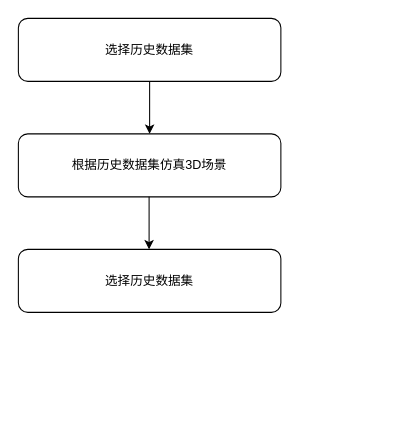
Before: 毕设实现流程图.drawio in Kakoyi945/cloud, a draw.io diagram. Source tidied: cells renumbered, new cells numbered last; positions are measured from the earlier drawing's top-left corner, leaving out a move shared by most shapes. Both pictures are drawn from the tidied source at 105%, with x=0, y=0 at pixel (18, 18).
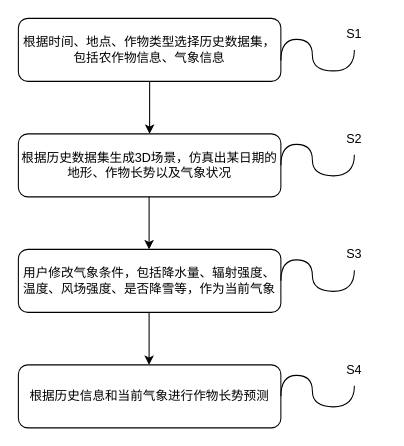
The same diagram, later.

Commit message:
更新毕设实现流程图.drawio

Change to the diagram source:
```diff
@@
-    <mxCell id="3" value="选择历史数据集" style="rounded=1;whiteSpace=wrap;html=1;" parent="1" vertex="1">
+    <mxCell id="3" value="根据时间、地点、作物类型选择历史数据集，包括农作物信息、气象信息" style="rounded=1;whiteSpace=wrap;html=1;" parent="1" vertex="1">
       <mxGeometry width="250" height="60" as="geometry" />
     </mxCell>
-    <mxCell id="4" value="根据历史数据集仿真3D场景" style="rounded=1;whiteSpace=wrap;html=1;" parent="1" vertex="1">
+    <mxCell id="4" value="根据历史数据集生成3D场景，仿真出某日期的地形、作物长势以及气象状况" style="rounded=1;whiteSpace=wrap;html=1;" parent="1" vertex="1">
       <mxGeometry y="110" width="250" height="60" as="geometry" />
     </mxCell>
-    <mxCell id="5" value="选择历史数据集" style="rounded=1;whiteSpace=wrap;html=1;" parent="1" vertex="1">
+    <mxCell id="5" value="用户修改气象条件，包括降水量、辐射强度、温度、风场强度、是否降雪等，作为当前气象" style="rounded=1;whiteSpace=wrap;html=1;" parent="1" vertex="1">
       <mxGeometry y="220" width="250" height="60" as="geometry" />
     </mxCell>
@@
+    <mxCell id="7" style="edgeStyle=orthogonalEdgeStyle;rounded=0;orthogonalLoop=1;jettySize=auto;html=1;" parent="1" edge="1">
+      <mxGeometry relative="1" as="geometry">
+        <mxPoint x="124.5" y="280" as="sourcePoint" />
+        <mxPoint x="124.5" y="330" as="targetPoint" />
+      </mxGeometry>
+    </mxCell>
+    <mxCell id="8" value="根据历史信息和当前气象进行作物长势预测" style="rounded=1;whiteSpace=wrap;html=1;" parent="1" vertex="1">
+      <mxGeometry y="330" width="250" height="60" as="geometry" />
+    </mxCell>
+    <mxCell id="9" style="endArrow=none;html=1;rounded=0;edgeStyle=orthogonalEdgeStyle;curved=1;" parent="1" edge="1">
+      <mxGeometry relative="1" as="geometry">
+        <mxPoint x="250" y="40" as="sourcePoint" />
+        <mxPoint x="320" y="30" as="targetPoint" />
+        <Array as="points">
+          <mxPoint x="250" y="20" />
+          <mxPoint x="280" y="20" />
+          <mxPoint x="280" y="50" />
+          <mxPoint x="320" y="50" />
+        </Array>
+      </mxGeometry>
+    </mxCell>
+    <mxCell id="10" value="S1" style="text;html=1;align=center;verticalAlign=middle;whiteSpace=wrap;rounded=0;" parent="1" vertex="1">
+      <mxGeometry x="290" width="60" height="30" as="geometry" />
+    </mxCell>
+    <mxCell id="11" style="endArrow=none;html=1;rounded=0;edgeStyle=orthogonalEdgeStyle;curved=1;" parent="1" edge="1">
+      <mxGeometry relative="1" as="geometry">
+        <mxPoint x="250" y="140" as="sourcePoint" />
+        <mxPoint x="320" y="130" as="targetPoint" />
+        <Array as="points">
+          <mxPoint x="250" y="120" />
+          <mxPoint x="280" y="120" />
+          <mxPoint x="280" y="150" />
+          <mxPoint x="320" y="150" />
+        </Array>
+      </mxGeometry>
+    </mxCell>
+    <mxCell id="12" value="S2" style="text;html=1;align=center;verticalAlign=middle;whiteSpace=wrap;rounded=0;" parent="1" vertex="1">
+      <mxGeometry x="290" y="100" width="60" height="30" as="geometry" />
+    </mxCell>
+    <mxCell id="13" style="endArrow=none;html=1;rounded=0;edgeStyle=orthogonalEdgeStyle;curved=1;" parent="1" edge="1">
+      <mxGeometry relative="1" as="geometry">
+        <mxPoint x="250" y="250" as="sourcePoint" />
+        <mxPoint x="320" y="240" as="targetPoint" />
+        <Array as="points">
+          <mxPoint x="250" y="230" />
+          <mxPoint x="280" y="230" />
+          <mxPoint x="280" y="260" />
+          <mxPoint x="320" y="260" />
+        </Array>
+      </mxGeometry>
+    </mxCell>
+    <mxCell id="14" value="S3" style="text;html=1;align=center;verticalAlign=middle;whiteSpace=wrap;rounded=0;" parent="1" vertex="1">
+      <mxGeometry x="290" y="210" width="60" height="30" as="geometry" />
+    </mxCell>
+    <mxCell id="15" style="endArrow=none;html=1;rounded=0;edgeStyle=orthogonalEdgeStyle;curved=1;" parent="1" edge="1">
+      <mxGeometry relative="1" as="geometry">
+        <mxPoint x="250" y="360" as="sourcePoint" />
+        <mxPoint x="320" y="350" as="targetPoint" />
+        <Array as="points">
+          <mxPoint x="250" y="340" />
+          <mxPoint x="280" y="340" />
+          <mxPoint x="280" y="370" />
+          <mxPoint x="320" y="370" />
+        </Array>
+      </mxGeometry>
+    </mxCell>
+    <mxCell id="16" value="S4" style="text;html=1;align=center;verticalAlign=middle;whiteSpace=wrap;rounded=0;" parent="1" vertex="1">
+      <mxGeometry x="290" y="320" width="60" height="30" as="geometry" />
+    </mxCell>
```
